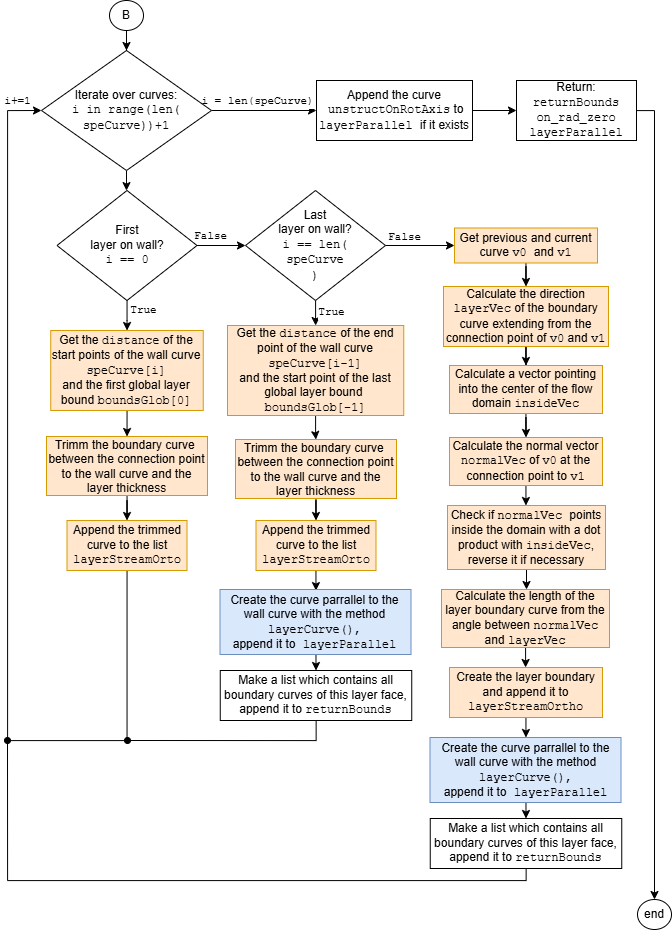
Above: doc/meridionalFigs/createLayerBounds_activity2.png in ihs-ustutt/dtOO (draw.io), before the change. Source tidied: cells renumbered, new cells last; positions are measured from the earlier drawing's top-left corner, leaving out a move shared by most shapes. Its diagram source:
```xml
<mxGraphModel>
  <root>
    <mxCell id="0" />
    <mxCell id="1" parent="0" />
    <mxCell id="2" style="edgeStyle=orthogonalEdgeStyle;rounded=0;jettySize=auto;html=1;entryX=0.5;entryY=0;entryDx=0;entryDy=0;" parent="1" edge="1" source="5" target="13">
      <mxGeometry relative="1" as="geometry" />
    </mxCell>
    <mxCell id="3" style="edgeStyle=orthogonalEdgeStyle;rounded=0;jettySize=auto;html=1;" parent="1" edge="1" source="5" target="53">
      <mxGeometry relative="1" as="geometry" />
    </mxCell>
    <mxCell id="4" value="&lt;font face=&quot;Courier New&quot;&gt;i = len(speCurve)&lt;/font&gt;" style="edgeLabel;html=1;align=center;verticalAlign=middle;" parent="3" vertex="1">
      <mxGeometry x="-0.38" relative="1" as="geometry">
        <mxPoint x="12" y="-10" as="offset" />
      </mxGeometry>
    </mxCell>
    <mxCell id="5" value="Iterate over curves:&lt;br&gt;&lt;font face=&quot;Courier New&quot;&gt;i in range&lt;/font&gt;&lt;span style=&quot;background-color: transparent; color: light-dark(rgb(0, 0, 0), rgb(255, 255, 255)); font-family: &amp;quot;Courier New&amp;quot;;&quot;&gt;(len&lt;/span&gt;&lt;span style=&quot;background-color: transparent; color: light-dark(rgb(0, 0, 0), rgb(255, 255, 255)); font-family: &amp;quot;Courier New&amp;quot;;&quot;&gt;(&lt;/span&gt;&lt;div&gt;&lt;span style=&quot;background-color: transparent; color: light-dark(rgb(0, 0, 0), rgb(255, 255, 255)); font-family: &amp;quot;Courier New&amp;quot;;&quot;&gt;spe&lt;/span&gt;&lt;span style=&quot;background-color: transparent; color: light-dark(rgb(0, 0, 0), rgb(255, 255, 255)); font-family: &amp;quot;Courier New&amp;quot;;&quot;&gt;Curve&lt;/span&gt;&lt;span style=&quot;background-color: transparent; color: light-dark(rgb(0, 0, 0), rgb(255, 255, 255)); font-family: &amp;quot;Courier New&amp;quot;;&quot;&gt;))+1&lt;/span&gt;&lt;/div&gt;" style="rhombus;whiteSpace=wrap;html=1;" parent="1" vertex="1">
      <mxGeometry x="34" y="50" width="170" height="120" as="geometry" />
    </mxCell>
    <mxCell id="6" value="end" style="ellipse;whiteSpace=wrap;html=1;" parent="1" vertex="1">
      <mxGeometry x="630" y="899" width="34" height="30" as="geometry" />
    </mxCell>
    <mxCell id="7" style="edgeStyle=orthogonalEdgeStyle;rounded=0;jettySize=auto;html=1;" parent="1" edge="1" source="8" target="5">
      <mxGeometry relative="1" as="geometry" />
    </mxCell>
    <mxCell id="8" value="B" style="ellipse;whiteSpace=wrap;html=1;" parent="1" vertex="1">
      <mxGeometry x="102" width="34" height="30" as="geometry" />
    </mxCell>
    <mxCell id="9" style="edgeStyle=orthogonalEdgeStyle;rounded=0;jettySize=auto;html=1;" parent="1" edge="1" source="13" target="20">
      <mxGeometry relative="1" as="geometry" />
    </mxCell>
    <mxCell id="10" value="&lt;font face=&quot;Courier New&quot;&gt;True&lt;/font&gt;" style="edgeLabel;html=1;align=center;verticalAlign=middle;" parent="9" vertex="1">
      <mxGeometry x="0.13" y="4" relative="1" as="geometry">
        <mxPoint x="12" y="-7" as="offset" />
      </mxGeometry>
    </mxCell>
    <mxCell id="11" style="edgeStyle=orthogonalEdgeStyle;rounded=0;jettySize=auto;html=1;" parent="1" edge="1" source="13" target="18">
      <mxGeometry relative="1" as="geometry" />
    </mxCell>
    <mxCell id="12" value="&lt;font face=&quot;Courier New&quot;&gt;False&lt;/font&gt;" style="edgeLabel;html=1;align=center;verticalAlign=middle;" parent="11" vertex="1">
      <mxGeometry x="-0.54" y="-3" relative="1" as="geometry">
        <mxPoint x="2" y="-13" as="offset" />
      </mxGeometry>
    </mxCell>
    <mxCell id="13" value="First &lt;br&gt;layer on wall?&lt;div&gt;&lt;font face=&quot;Courier New&quot;&gt;i == 0&lt;/font&gt;&lt;/div&gt;" style="rhombus;whiteSpace=wrap;html=1;" parent="1" vertex="1">
      <mxGeometry x="49.5" y="190" width="140" height="110" as="geometry" />
    </mxCell>
    <mxCell id="14" style="edgeStyle=orthogonalEdgeStyle;rounded=0;jettySize=auto;html=1;entryX=0.5;entryY=0;entryDx=0;entryDy=0;" parent="1" edge="1" source="18" target="27">
      <mxGeometry relative="1" as="geometry" />
    </mxCell>
    <mxCell id="15" value="&lt;font face=&quot;Courier New&quot;&gt;True&lt;/font&gt;" style="edgeLabel;html=1;align=center;verticalAlign=middle;" parent="14" vertex="1">
      <mxGeometry x="-0.25" y="1" relative="1" as="geometry">
        <mxPoint x="14" y="2" as="offset" />
      </mxGeometry>
    </mxCell>
    <mxCell id="16" style="edgeStyle=orthogonalEdgeStyle;rounded=0;jettySize=auto;html=1;" parent="1" edge="1" source="18" target="36">
      <mxGeometry relative="1" as="geometry" />
    </mxCell>
    <mxCell id="17" value="&lt;font face=&quot;Courier New&quot;&gt;False&lt;/font&gt;" style="edgeLabel;html=1;align=center;verticalAlign=middle;" parent="16" vertex="1">
      <mxGeometry x="0.18" y="2" relative="1" as="geometry">
        <mxPoint x="-22" y="-7" as="offset" />
      </mxGeometry>
    </mxCell>
    <mxCell id="18" value="Last&lt;br&gt;layer on wall?&lt;div&gt;&lt;font face=&quot;Courier New&quot;&gt;i == len(&lt;br&gt;speCurve&lt;br&gt;)&lt;/font&gt;&lt;/div&gt;" style="rhombus;whiteSpace=wrap;html=1;" parent="1" vertex="1">
      <mxGeometry x="238" y="190" width="140" height="110" as="geometry" />
    </mxCell>
    <mxCell id="19" style="edgeStyle=orthogonalEdgeStyle;rounded=0;jettySize=auto;html=1;entryX=0.5;entryY=0;entryDx=0;entryDy=0;" parent="1" edge="1" source="20" target="22">
      <mxGeometry relative="1" as="geometry" />
    </mxCell>
    <mxCell id="20" value="Get the &lt;font face=&quot;Courier New&quot;&gt;distance&lt;/font&gt; of the start points of the wall curve &lt;font face=&quot;Courier New&quot;&gt;speCurve[i]&lt;/font&gt;&lt;div&gt;and the first global layer bound&amp;nbsp;&lt;font face=&quot;Courier New&quot;&gt;boundsGlob[0]&lt;/font&gt;&lt;/div&gt;" style="rounded=0;whiteSpace=wrap;html=1;fillColor=#ffe6cc;strokeColor=#d79b00;" parent="1" vertex="1">
      <mxGeometry x="43.2" y="330" width="152.5" height="80" as="geometry" />
    </mxCell>
    <mxCell id="21" style="edgeStyle=orthogonalEdgeStyle;rounded=0;jettySize=auto;html=1;entryX=0.5;entryY=0;entryDx=0;entryDy=0;" parent="1" edge="1" source="22" target="25">
      <mxGeometry relative="1" as="geometry" />
    </mxCell>
    <mxCell id="22" value="Trimm the boundary curve&amp;nbsp;&lt;div&gt;between the connection point to the wall curve and the layer thickness&lt;/div&gt;" style="rounded=0;whiteSpace=wrap;html=1;fillColor=#ffe6cc;strokeColor=#d79b00;" parent="1" vertex="1">
      <mxGeometry x="39" y="436" width="161" height="59" as="geometry" />
    </mxCell>
    <mxCell id="23" style="edgeStyle=orthogonalEdgeStyle;rounded=0;jettySize=auto;html=1;entryX=0;entryY=0.5;entryDx=0;entryDy=0;" parent="1" edge="1" source="25" target="5">
      <mxGeometry relative="1" as="geometry">
        <Array as="points">
          <mxPoint x="120" y="740" />
          <mxPoint y="740" />
          <mxPoint y="110" />
        </Array>
      </mxGeometry>
    </mxCell>
    <mxCell id="24" value="&lt;font face=&quot;Courier New&quot;&gt;i+=1&lt;/font&gt;" style="edgeLabel;html=1;align=center;verticalAlign=middle;" parent="23" vertex="1">
      <mxGeometry x="0.94" y="-3" relative="1" as="geometry">
        <mxPoint x="3" y="-13" as="offset" />
      </mxGeometry>
    </mxCell>
    <mxCell id="25" value="Append the trimmed curve to the list &lt;font face=&quot;Courier New&quot;&gt;layerStreamOrto&lt;/font&gt;" style="rounded=0;whiteSpace=wrap;html=1;fillColor=#ffe6cc;strokeColor=#d79b00;" parent="1" vertex="1">
      <mxGeometry x="59.5" y="520" width="120" height="50" as="geometry" />
    </mxCell>
    <mxCell id="26" style="edgeStyle=orthogonalEdgeStyle;rounded=0;jettySize=auto;html=1;" parent="1" edge="1" source="27" target="29">
      <mxGeometry relative="1" as="geometry" />
    </mxCell>
    <mxCell id="27" value="Get the &lt;font face=&quot;Courier New&quot;&gt;distance&lt;/font&gt; of the end point of the wall curve &lt;font face=&quot;Courier New&quot;&gt;speCurve[i-1]&lt;/font&gt;&lt;div&gt;and the start point of the last global layer bound&amp;nbsp;&lt;br&gt;&lt;font face=&quot;Courier New&quot;&gt;boundsGlob[-1]&lt;/font&gt;&lt;/div&gt;" style="rounded=0;whiteSpace=wrap;html=1;fillColor=#ffe6cc;strokeColor=#d79b00;" parent="1" vertex="1">
      <mxGeometry x="220" y="325" width="176.2" height="90" as="geometry" />
    </mxCell>
    <mxCell id="28" style="edgeStyle=orthogonalEdgeStyle;rounded=0;jettySize=auto;html=1;entryX=0.5;entryY=0;entryDx=0;entryDy=0;" parent="1" edge="1" source="29" target="31">
      <mxGeometry relative="1" as="geometry" />
    </mxCell>
    <mxCell id="29" value="Trimm the boundary curve&amp;nbsp;&lt;div&gt;between the connection point to the wall curve and the layer thickness&lt;/div&gt;" style="rounded=0;whiteSpace=wrap;html=1;fillColor=#ffe6cc;strokeColor=#d79b00;" parent="1" vertex="1">
      <mxGeometry x="228" y="439" width="161" height="59" as="geometry" />
    </mxCell>
    <mxCell id="30" style="edgeStyle=orthogonalEdgeStyle;rounded=0;jettySize=auto;html=1;entryX=0.5;entryY=0;entryDx=0;entryDy=0;" parent="1" edge="1" source="31" target="56">
      <mxGeometry relative="1" as="geometry" />
    </mxCell>
    <mxCell id="31" value="Append the trimmed curve to the list &lt;font face=&quot;Courier New&quot;&gt;layerStreamOrto&lt;/font&gt;" style="rounded=0;whiteSpace=wrap;html=1;fillColor=#ffe6cc;strokeColor=#d79b00;" parent="1" vertex="1">
      <mxGeometry x="248.5" y="520" width="120" height="50" as="geometry" />
    </mxCell>
    <mxCell id="32" style="edgeStyle=orthogonalEdgeStyle;rounded=0;jettySize=auto;html=1;entryX=0.5;entryY=0;entryDx=0;entryDy=0;" parent="1" edge="1" target="34">
      <mxGeometry relative="1" as="geometry">
        <mxPoint x="308.5" y="650" as="sourcePoint" />
      </mxGeometry>
    </mxCell>
    <mxCell id="33" style="edgeStyle=orthogonalEdgeStyle;rounded=0;jettySize=auto;html=1;endArrow=oval;endFill=1;" parent="1" edge="1" source="34">
      <mxGeometry relative="1" as="geometry">
        <mxPoint x="120" y="740" as="targetPoint" />
        <Array as="points">
          <mxPoint x="309" y="740" />
        </Array>
      </mxGeometry>
    </mxCell>
    <mxCell id="34" value="Make a list which contains all boundary curves of this layer face,&lt;div&gt;append it to &lt;font face=&quot;Courier New&quot;&gt;returnBounds&lt;/font&gt;&lt;/div&gt;" style="rounded=0;whiteSpace=wrap;html=1;" parent="1" vertex="1">
      <mxGeometry x="212.8" y="670" width="191.5" height="50" as="geometry" />
    </mxCell>
    <mxCell id="35" style="edgeStyle=orthogonalEdgeStyle;rounded=0;jettySize=auto;html=1;entryX=0.5;entryY=0;entryDx=0;entryDy=0;" parent="1" edge="1" source="36" target="38">
      <mxGeometry relative="1" as="geometry" />
    </mxCell>
    <mxCell id="36" value="Get previous and current curve &lt;font face=&quot;Courier New&quot;&gt;v0&amp;nbsp;&lt;/font&gt;and &lt;font face=&quot;Courier New&quot;&gt;v1&lt;/font&gt;" style="rounded=0;whiteSpace=wrap;html=1;fillColor=#ffe6cc;strokeColor=#d79b00;" parent="1" vertex="1">
      <mxGeometry x="447" y="227.5" width="143" height="35" as="geometry" />
    </mxCell>
    <mxCell id="37" style="edgeStyle=orthogonalEdgeStyle;rounded=0;jettySize=auto;html=1;entryX=0.5;entryY=0;entryDx=0;entryDy=0;" parent="1" edge="1" source="38" target="40">
      <mxGeometry relative="1" as="geometry" />
    </mxCell>
    <mxCell id="38" value="Calculate the direction &lt;font face=&quot;Courier New&quot;&gt;layerVec&lt;/font&gt; of the boundary curve extending from the connection point of &lt;font face=&quot;Courier New&quot;&gt;v0&lt;/font&gt;&amp;nbsp;and &lt;font face=&quot;Courier New&quot;&gt;v1&lt;/font&gt;" style="rounded=0;whiteSpace=wrap;html=1;fillColor=#ffe6cc;strokeColor=#d79b00;" parent="1" vertex="1">
      <mxGeometry x="436" y="286" width="165" height="60" as="geometry" />
    </mxCell>
    <mxCell id="39" style="edgeStyle=orthogonalEdgeStyle;rounded=0;jettySize=auto;html=1;entryX=0.5;entryY=0;entryDx=0;entryDy=0;" parent="1" edge="1" source="40" target="42">
      <mxGeometry relative="1" as="geometry" />
    </mxCell>
    <mxCell id="40" value="Calculate a vector pointing into the center of the flow domain &lt;font face=&quot;Courier New&quot;&gt;insideVec&lt;/font&gt;" style="rounded=0;whiteSpace=wrap;html=1;fillColor=#ffe6cc;strokeColor=#d79b00;" parent="1" vertex="1">
      <mxGeometry x="442" y="365" width="153" height="48" as="geometry" />
    </mxCell>
    <mxCell id="41" style="edgeStyle=orthogonalEdgeStyle;rounded=0;jettySize=auto;html=1;" parent="1" edge="1" source="42" target="44">
      <mxGeometry relative="1" as="geometry" />
    </mxCell>
    <mxCell id="42" value="Calculate the normal vector &lt;font face=&quot;Courier New&quot;&gt;normalVec&lt;/font&gt; of &lt;font face=&quot;Courier New&quot;&gt;v0&lt;/font&gt;&amp;nbsp;at the connection point to &lt;font face=&quot;Courier New&quot;&gt;v1&lt;/font&gt;" style="rounded=0;whiteSpace=wrap;html=1;fillColor=#ffe6cc;strokeColor=#d79b00;" parent="1" vertex="1">
      <mxGeometry x="442" y="437" width="153" height="48" as="geometry" />
    </mxCell>
    <mxCell id="43" style="edgeStyle=orthogonalEdgeStyle;rounded=0;jettySize=auto;html=1;entryX=0.5;entryY=0;entryDx=0;entryDy=0;" parent="1" edge="1" source="44" target="46">
      <mxGeometry relative="1" as="geometry" />
    </mxCell>
    <mxCell id="44" value="Check if &lt;font face=&quot;Courier New&quot;&gt;normalVec &lt;/font&gt;points inside the domain with a dot product with &lt;font face=&quot;Courier New&quot;&gt;insideVec&lt;/font&gt;,&lt;div&gt;reverse it if necessary&lt;/div&gt;" style="rounded=0;whiteSpace=wrap;html=1;fillColor=#ffe6cc;strokeColor=#d79b00;" parent="1" vertex="1">
      <mxGeometry x="440" y="505" width="158" height="64" as="geometry" />
    </mxCell>
    <mxCell id="45" style="edgeStyle=orthogonalEdgeStyle;rounded=0;jettySize=auto;html=1;" parent="1" edge="1" source="46" target="48">
      <mxGeometry relative="1" as="geometry" />
    </mxCell>
    <mxCell id="46" value="Calculate the length of the layer boundary curve from the angle between &lt;font face=&quot;Courier New&quot;&gt;normalVec &lt;/font&gt;and &lt;font face=&quot;Courier New&quot;&gt;layerVec&lt;/font&gt;" style="rounded=0;whiteSpace=wrap;html=1;fillColor=#ffe6cc;strokeColor=#d79b00;" parent="1" vertex="1">
      <mxGeometry x="434" y="589" width="168" height="58" as="geometry" />
    </mxCell>
    <mxCell id="47" style="edgeStyle=orthogonalEdgeStyle;rounded=0;jettySize=auto;html=1;entryX=0.5;entryY=0;entryDx=0;entryDy=0;" parent="1" edge="1" source="48" target="57">
      <mxGeometry relative="1" as="geometry" />
    </mxCell>
    <mxCell id="48" value="Create the layer boundary and append it to &lt;font face=&quot;Courier New&quot;&gt;layerStreamOrtho&lt;/font&gt;" style="rounded=0;whiteSpace=wrap;html=1;fillColor=#ffe6cc;strokeColor=#d79b00;" parent="1" vertex="1">
      <mxGeometry x="442" y="667" width="153" height="50" as="geometry" />
    </mxCell>
    <mxCell id="49" style="edgeStyle=orthogonalEdgeStyle;rounded=0;jettySize=auto;html=1;entryX=0.5;entryY=0;entryDx=0;entryDy=0;" parent="1" edge="1" target="51">
      <mxGeometry relative="1" as="geometry">
        <mxPoint x="518.5" y="793" as="sourcePoint" />
      </mxGeometry>
    </mxCell>
    <mxCell id="50" style="edgeStyle=orthogonalEdgeStyle;rounded=0;jettySize=auto;html=1;endArrow=oval;endFill=1;" parent="1" edge="1" source="51">
      <mxGeometry relative="1" as="geometry">
        <mxPoint y="740" as="targetPoint" />
        <Array as="points">
          <mxPoint x="519" y="880" />
          <mxPoint y="880" />
        </Array>
      </mxGeometry>
    </mxCell>
    <mxCell id="51" value="Make a list which contains all boundary curves of this layer face,&lt;div&gt;append it to &lt;font face=&quot;Courier New&quot;&gt;returnBounds&lt;/font&gt;&lt;/div&gt;" style="rounded=0;whiteSpace=wrap;html=1;" parent="1" vertex="1">
      <mxGeometry x="422.8" y="818" width="191.5" height="50" as="geometry" />
    </mxCell>
    <mxCell id="52" style="edgeStyle=orthogonalEdgeStyle;rounded=0;jettySize=auto;html=1;entryX=0;entryY=0.5;entryDx=0;entryDy=0;" parent="1" edge="1" source="53" target="55">
      <mxGeometry relative="1" as="geometry" />
    </mxCell>
    <mxCell id="53" value="Append the curve&lt;br&gt;&amp;nbsp;&lt;font face=&quot;Courier New&quot;&gt;unstructOnRotAxis&lt;/font&gt;&amp;nbsp;to &lt;font face=&quot;Courier New&quot;&gt;layerParallel &lt;/font&gt;if it exists" style="rounded=0;whiteSpace=wrap;html=1;" parent="1" vertex="1">
      <mxGeometry x="309" y="80" width="156" height="60" as="geometry" />
    </mxCell>
    <mxCell id="54" style="edgeStyle=orthogonalEdgeStyle;rounded=0;jettySize=auto;html=1;entryX=0.5;entryY=0;entryDx=0;entryDy=0;" parent="1" edge="1" source="55" target="6">
      <mxGeometry relative="1" as="geometry">
        <Array as="points">
          <mxPoint x="647" y="110" />
        </Array>
      </mxGeometry>
    </mxCell>
    <mxCell id="55" value="Return:&lt;br&gt;&lt;font face=&quot;Courier New&quot;&gt;returnBounds&lt;br&gt;on_rad_zero&lt;br&gt;layerParallel&lt;/font&gt;" style="rounded=0;whiteSpace=wrap;html=1;" parent="1" vertex="1">
      <mxGeometry x="509" y="80" width="120" height="60" as="geometry" />
    </mxCell>
    <mxCell id="56" value="Create the curve parrallel to the wall curve with the method &lt;font face=&quot;Courier New&quot;&gt;layerCurve(),&lt;/font&gt;&lt;br&gt;&lt;font face=&quot;Helvetica&quot;&gt;append it to&lt;/font&gt;&lt;font face=&quot;Courier New&quot;&gt; layerParallel&lt;/font&gt;" style="rounded=0;whiteSpace=wrap;html=1;fillColor=#dae8fc;strokeColor=#6c8ebf;" parent="1" vertex="1">
      <mxGeometry x="212.5" y="589" width="191" height="65" as="geometry" />
    </mxCell>
    <mxCell id="57" value="Create the curve parrallel to the wall curve with the method &lt;font face=&quot;Courier New&quot;&gt;layerCurve(),&lt;/font&gt;&lt;br&gt;&lt;font face=&quot;Helvetica&quot;&gt;append it to&lt;/font&gt;&lt;font face=&quot;Courier New&quot;&gt; layerParallel&lt;/font&gt;" style="rounded=0;whiteSpace=wrap;html=1;fillColor=#dae8fc;strokeColor=#6c8ebf;" parent="1" vertex="1">
      <mxGeometry x="422.5" y="737" width="191" height="65" as="geometry" />
    </mxCell>
  </root>
</mxGraphModel>
```
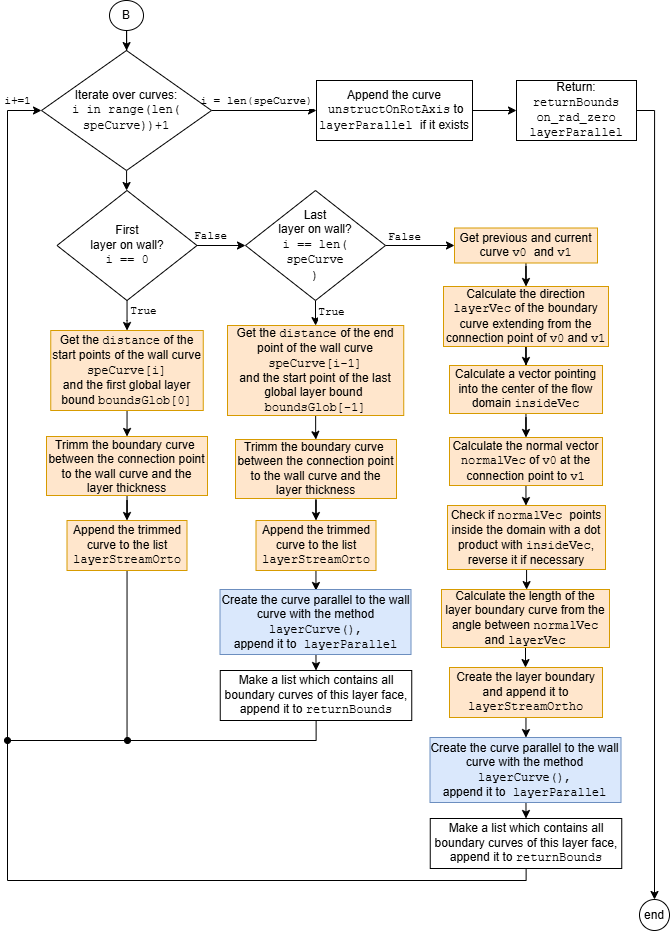
Above is the later version.

What changed in the source:
```diff
@@ -17,7 +17,7 @@
       <mxGeometry x="34" y="50" width="170" height="120" as="geometry" />
     </mxCell>
     <mxCell id="6" value="end" style="ellipse;whiteSpace=wrap;html=1;" parent="1" vertex="1">
-      <mxGeometry x="630" y="899" width="34" height="30" as="geometry" />
+      <mxGeometry x="632" y="899" width="30" height="31" as="geometry" />
     </mxCell>
     <mxCell id="7" style="edgeStyle=orthogonalEdgeStyle;rounded=0;jettySize=auto;html=1;" parent="1" edge="1" source="8" target="5">
       <mxGeometry relative="1" as="geometry" />
@@ -201,10 +201,10 @@
     <mxCell id="55" value="Return:&lt;br&gt;&lt;font face=&quot;Courier New&quot;&gt;returnBounds&lt;br&gt;on_rad_zero&lt;br&gt;layerParallel&lt;/font&gt;" style="rounded=0;whiteSpace=wrap;html=1;" parent="1" vertex="1">
       <mxGeometry x="509" y="80" width="120" height="60" as="geometry" />
     </mxCell>
-    <mxCell id="56" value="Create the curve parrallel to the wall curve with the method &lt;font face=&quot;Courier New&quot;&gt;layerCurve(),&lt;/font&gt;&lt;br&gt;&lt;font face=&quot;Helvetica&quot;&gt;append it to&lt;/font&gt;&lt;font face=&quot;Courier New&quot;&gt; layerParallel&lt;/font&gt;" style="rounded=0;whiteSpace=wrap;html=1;fillColor=#dae8fc;strokeColor=#6c8ebf;" parent="1" vertex="1">
+    <mxCell id="56" value="Create the curve parallel to the wall curve with the method &lt;font face=&quot;Courier New&quot;&gt;layerCurve(),&lt;/font&gt;&lt;br&gt;&lt;font face=&quot;Helvetica&quot;&gt;append it to&lt;/font&gt;&lt;font face=&quot;Courier New&quot;&gt; layerParallel&lt;/font&gt;" style="rounded=0;whiteSpace=wrap;html=1;fillColor=#dae8fc;strokeColor=#6c8ebf;" parent="1" vertex="1">
       <mxGeometry x="212.5" y="589" width="191" height="65" as="geometry" />
     </mxCell>
-    <mxCell id="57" value="Create the curve parrallel to the wall curve with the method &lt;font face=&quot;Courier New&quot;&gt;layerCurve(),&lt;/font&gt;&lt;br&gt;&lt;font face=&quot;Helvetica&quot;&gt;append it to&lt;/font&gt;&lt;font face=&quot;Courier New&quot;&gt; layerParallel&lt;/font&gt;" style="rounded=0;whiteSpace=wrap;html=1;fillColor=#dae8fc;strokeColor=#6c8ebf;" parent="1" vertex="1">
+    <mxCell id="57" value="Create the curve parallel to the wall curve with the method &lt;font face=&quot;Courier New&quot;&gt;layerCurve(),&lt;/font&gt;&lt;br&gt;&lt;font face=&quot;Helvetica&quot;&gt;append it to&lt;/font&gt;&lt;font face=&quot;Courier New&quot;&gt; layerParallel&lt;/font&gt;" style="rounded=0;whiteSpace=wrap;html=1;fillColor=#dae8fc;strokeColor=#6c8ebf;" parent="1" vertex="1">
       <mxGeometry x="422.5" y="737" width="191" height="65" as="geometry" />
     </mxCell>
   </root>
```
